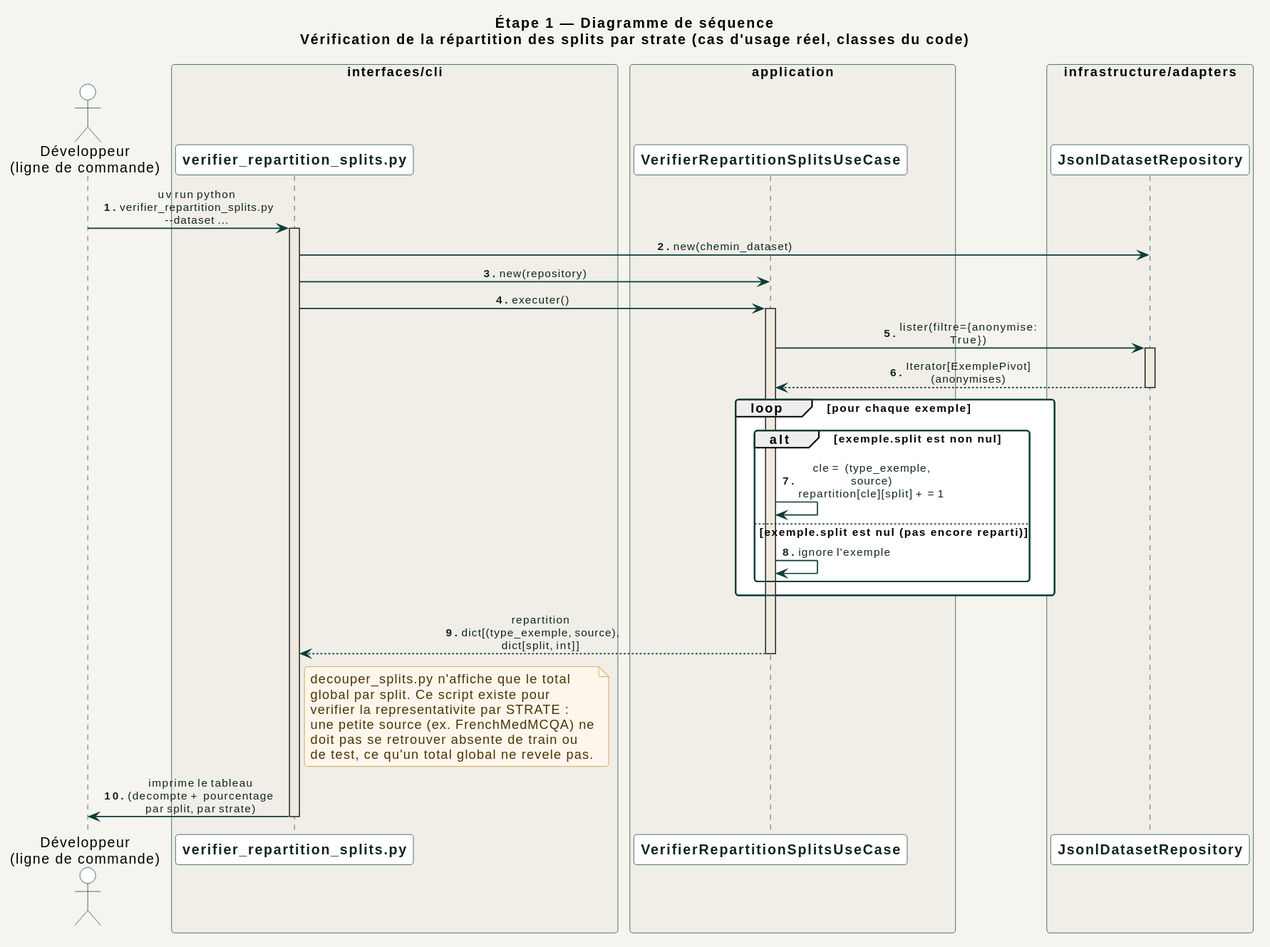
racemartin/m14_ocr keeps this PlantUML diagram as docs/diagrams/02_etape1_donnees/sequence/verifier_repartition_splits.svg. Above is the earlier version. Its diagram source:
```plantuml
@startuml
!include ../../_common/estilo.iuml

title Étape 1 — Diagramme de séquence\nVérification de la répartition des splits par strate (cas d'usage réel, classes du code)

actor "Développeur\n(ligne de commande)" as Dev

box "interfaces/cli" #F0EEE7
  participant "verifier_repartition_splits.py" as CLI
end box

box "application" #F0EEE7
  participant "VerifierRepartitionSplitsUseCase" as UC
end box

box "infrastructure/adapters" #F0EEE7
  participant "JsonlDatasetRepository" as Repo
end box

autonumber "<b>0."

Dev -> CLI : uv run python verifier_repartition_splits.py\n~-~-dataset ...
activate CLI

CLI -> Repo : new(chemin_dataset)
CLI -> UC : new(repository)

CLI -> UC : executer()
activate UC

UC -> Repo : lister(filtre={anonymise: True})
activate Repo
Repo --> UC : Iterator[ExemplePivot] (anonymises)
deactivate Repo

loop pour chaque exemple
  alt exemple.split est non nul
    UC -> UC : cle = (type_exemple, source)\nrepartition[cle][split] += 1
  else exemple.split est nul (pas encore reparti)
    UC -> UC : ignore l'exemple
  end
end

UC --> CLI : repartition\ndict[(type_exemple, source), dict[split, int]]
deactivate UC

note right of CLI
  decouper_splits.py n'affiche que le total
  global par split. Ce script existe pour
  verifier la representativite par STRATE :
  une petite source (ex. FrenchMedMCQA) ne
  doit pas se retrouver absente de train ou
  de test, ce qu'un total global ne revele pas.
end note

CLI -> Dev : imprime le tableau\n(decompte + pourcentage par split, par strate)
deactivate CLI
@enduml
```
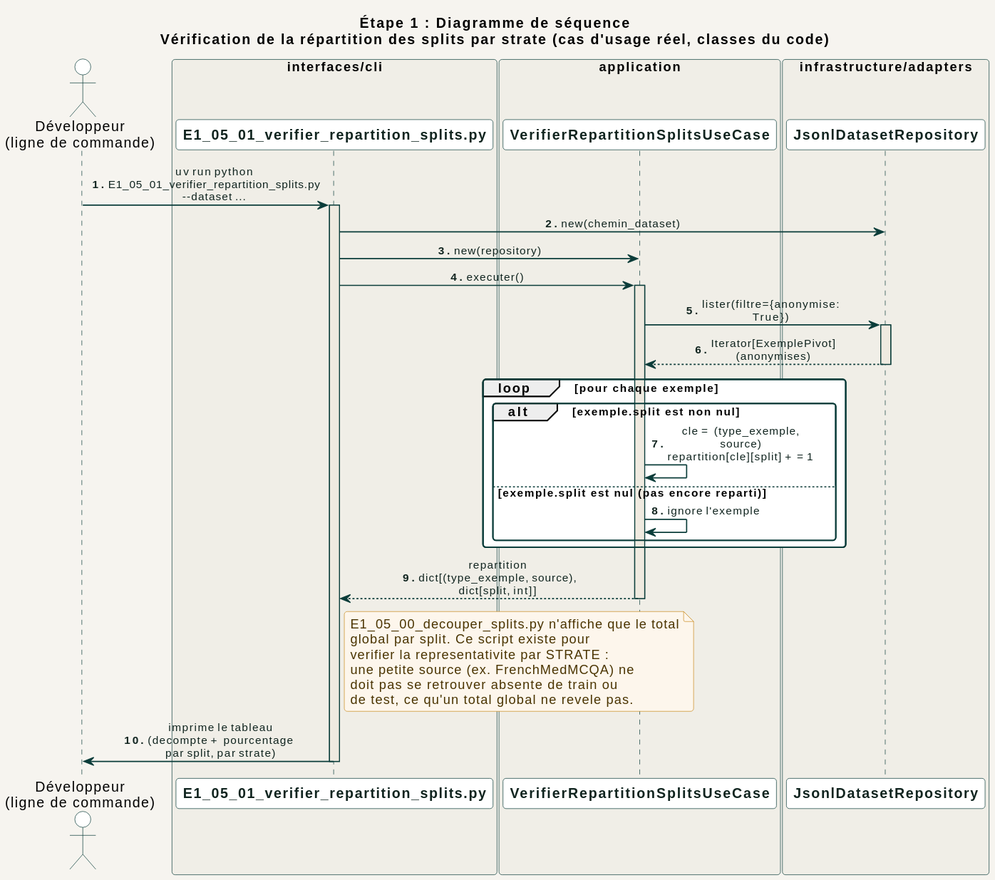
The same diagram one commit later.

Change to the diagram source:
```diff
@@ -1,12 +1,12 @@
 @startuml
 !include ../../_common/estilo.iuml
 
-title Étape 1 — Diagramme de séquence\nVérification de la répartition des splits par strate (cas d'usage réel, classes du code)
+title Étape 1 : Diagramme de séquence\nVérification de la répartition des splits par strate (cas d'usage réel, classes du code)
 
 actor "Développeur\n(ligne de commande)" as Dev
 
 box "interfaces/cli" #F0EEE7
-  participant "verifier_repartition_splits.py" as CLI
+  participant "E1_05_01_verifier_repartition_splits.py" as CLI
 end box
 
 box "application" #F0EEE7
@@ -19,7 +19,7 @@
 
 autonumber "<b>0."
 
-Dev -> CLI : uv run python verifier_repartition_splits.py\n~-~-dataset ...
+Dev -> CLI : uv run python E1_05_01_verifier_repartition_splits.py\n~-~-dataset ...
 activate CLI
 
 CLI -> Repo : new(chemin_dataset)
@@ -45,7 +45,7 @@
 deactivate UC
 
 note right of CLI
-  decouper_splits.py n'affiche que le total
+  E1_05_00_decouper_splits.py n'affiche que le total
   global par split. Ce script existe pour
   verifier la representativite par STRATE :
   une petite source (ex. FrenchMedMCQA) ne
```
